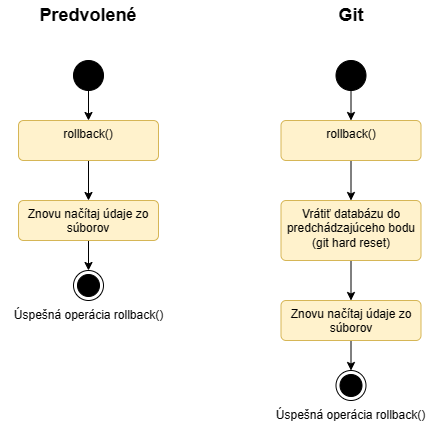
Earlier version of the draw.io export JFSQL-documentation/Images/Rollback.png (Zsolti0819/JFSQL). Source tidied: cells renumbered, new cells last; positions are measured from the earlier drawing's top-left corner, leaving out a move shared by most shapes. Its diagram source:
```xml
<mxGraphModel>
  <root>
    <mxCell id="0" />
    <mxCell id="1" parent="0" />
    <mxCell id="2" style="edgeStyle=orthogonalEdgeStyle;rounded=0;jettySize=auto;html=1;exitX=0.5;exitY=1;exitDx=0;exitDy=0;entryX=0.5;entryY=0;entryDx=0;entryDy=0;" parent="1" edge="1" source="3" target="5">
      <mxGeometry relative="1" as="geometry" />
    </mxCell>
    <mxCell id="3" style="ellipse;fillColor=strokeColor;html=1;" parent="1" vertex="1">
      <mxGeometry x="72" y="60" width="30" height="30" as="geometry" />
    </mxCell>
    <mxCell id="4" style="edgeStyle=orthogonalEdgeStyle;rounded=0;jettySize=auto;html=1;exitX=0.5;exitY=1;exitDx=0;exitDy=0;entryX=0.5;entryY=0;entryDx=0;entryDy=0;" parent="1" edge="1" source="5" target="7">
      <mxGeometry relative="1" as="geometry" />
    </mxCell>
    <mxCell id="5" value="rollback()" style="html=1;align=center;verticalAlign=top;rounded=1;absoluteArcSize=1;arcSize=10;dashed=0;whiteSpace=wrap;fillColor=#fff2cc;strokeColor=#d6b656;" parent="1" vertex="1">
      <mxGeometry x="17" y="120" width="140" height="40" as="geometry" />
    </mxCell>
    <mxCell id="6" style="edgeStyle=orthogonalEdgeStyle;rounded=0;jettySize=auto;html=1;exitX=0.5;exitY=1;exitDx=0;exitDy=0;entryX=0.5;entryY=0;entryDx=0;entryDy=0;" parent="1" edge="1" source="7" target="8">
      <mxGeometry relative="1" as="geometry" />
    </mxCell>
    <mxCell id="7" value="Znovu načítaj údaje zo súborov" style="html=1;align=center;verticalAlign=top;rounded=1;absoluteArcSize=1;arcSize=10;dashed=0;whiteSpace=wrap;fillColor=#fff2cc;strokeColor=#d6b656;" parent="1" vertex="1">
      <mxGeometry x="17" y="200" width="140" height="40" as="geometry" />
    </mxCell>
    <mxCell id="8" style="ellipse;html=1;shape=endState;fillColor=strokeColor;" parent="1" vertex="1">
      <mxGeometry x="72" y="270" width="30" height="30" as="geometry" />
    </mxCell>
    <mxCell id="9" value="Úspešná operácia rollback()" style="text;html=1;strokeColor=none;fillColor=none;align=center;verticalAlign=middle;whiteSpace=wrap;rounded=0;" parent="1" vertex="1">
      <mxGeometry x="-0.5" y="300" width="175" height="30" as="geometry" />
    </mxCell>
    <mxCell id="10" style="edgeStyle=orthogonalEdgeStyle;rounded=0;jettySize=auto;html=1;exitX=0.5;exitY=1;exitDx=0;exitDy=0;entryX=0.5;entryY=0;entryDx=0;entryDy=0;" parent="1" edge="1" source="11" target="13">
      <mxGeometry relative="1" as="geometry" />
    </mxCell>
    <mxCell id="11" style="ellipse;fillColor=strokeColor;html=1;" parent="1" vertex="1">
      <mxGeometry x="334.5" y="60" width="30" height="30" as="geometry" />
    </mxCell>
    <mxCell id="12" style="edgeStyle=orthogonalEdgeStyle;rounded=0;jettySize=auto;html=1;exitX=0.5;exitY=1;exitDx=0;exitDy=0;entryX=0.5;entryY=0;entryDx=0;entryDy=0;" parent="1" edge="1" source="13" target="19">
      <mxGeometry relative="1" as="geometry" />
    </mxCell>
    <mxCell id="13" value="rollback()" style="html=1;align=center;verticalAlign=top;rounded=1;absoluteArcSize=1;arcSize=10;dashed=0;whiteSpace=wrap;fillColor=#fff2cc;strokeColor=#d6b656;" parent="1" vertex="1">
      <mxGeometry x="279.5" y="120" width="140" height="40" as="geometry" />
    </mxCell>
    <mxCell id="14" style="edgeStyle=orthogonalEdgeStyle;rounded=0;jettySize=auto;html=1;exitX=0.5;exitY=1;exitDx=0;exitDy=0;entryX=0.5;entryY=0;entryDx=0;entryDy=0;" parent="1" edge="1" source="15" target="16">
      <mxGeometry relative="1" as="geometry" />
    </mxCell>
    <mxCell id="15" value="Znovu načítaj údaje zo súborov" style="html=1;align=center;verticalAlign=top;rounded=1;absoluteArcSize=1;arcSize=10;dashed=0;whiteSpace=wrap;fillColor=#fff2cc;strokeColor=#d6b656;" parent="1" vertex="1">
      <mxGeometry x="279.5" y="300" width="140" height="40" as="geometry" />
    </mxCell>
    <mxCell id="16" style="ellipse;html=1;shape=endState;fillColor=strokeColor;" parent="1" vertex="1">
      <mxGeometry x="334.5" y="370" width="30" height="30" as="geometry" />
    </mxCell>
    <mxCell id="17" value="Úspešná operácia rollback()" style="text;html=1;strokeColor=none;fillColor=none;align=center;verticalAlign=middle;whiteSpace=wrap;rounded=0;" parent="1" vertex="1">
      <mxGeometry x="262" y="400" width="175" height="30" as="geometry" />
    </mxCell>
    <mxCell id="18" style="edgeStyle=orthogonalEdgeStyle;rounded=0;jettySize=auto;html=1;exitX=0.5;exitY=1;exitDx=0;exitDy=0;entryX=0.5;entryY=0;entryDx=0;entryDy=0;" parent="1" edge="1" source="19" target="15">
      <mxGeometry relative="1" as="geometry" />
    </mxCell>
    <mxCell id="19" value="Vrátiť databázu do predchádzajúceho bodu (git hard reset)" style="html=1;align=center;verticalAlign=top;rounded=1;absoluteArcSize=1;arcSize=10;dashed=0;whiteSpace=wrap;fillColor=#fff2cc;strokeColor=#d6b656;" parent="1" vertex="1">
      <mxGeometry x="279.5" y="200" width="140" height="60" as="geometry" />
    </mxCell>
    <mxCell id="20" value="Predvolené" style="text;html=1;strokeColor=none;fillColor=none;align=center;verticalAlign=middle;whiteSpace=wrap;rounded=0;fontSize=18;fontStyle=1;" parent="1" vertex="1">
      <mxGeometry x="57" width="60" height="30" as="geometry" />
    </mxCell>
    <mxCell id="21" value="Git" style="text;html=1;strokeColor=none;fillColor=none;align=center;verticalAlign=middle;whiteSpace=wrap;rounded=0;fontSize=18;fontStyle=1;" parent="1" vertex="1">
      <mxGeometry x="320" width="60" height="30" as="geometry" />
    </mxCell>
  </root>
</mxGraphModel>
```
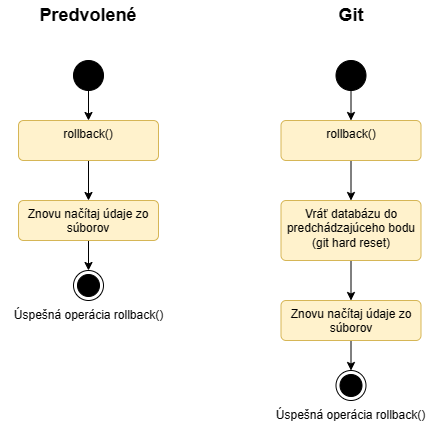
Later version of the same file.

The edit, as a diff of the source:
```diff
@@ -53,7 +53,7 @@
     <mxCell id="18" style="edgeStyle=orthogonalEdgeStyle;rounded=0;jettySize=auto;html=1;exitX=0.5;exitY=1;exitDx=0;exitDy=0;entryX=0.5;entryY=0;entryDx=0;entryDy=0;" parent="1" edge="1" source="19" target="15">
       <mxGeometry relative="1" as="geometry" />
     </mxCell>
-    <mxCell id="19" value="Vrátiť databázu do predchádzajúceho bodu (git hard reset)" style="html=1;align=center;verticalAlign=top;rounded=1;absoluteArcSize=1;arcSize=10;dashed=0;whiteSpace=wrap;fillColor=#fff2cc;strokeColor=#d6b656;" parent="1" vertex="1">
+    <mxCell id="19" value="Vráť databázu do predchádzajúceho bodu (git hard reset)" style="html=1;align=center;verticalAlign=top;rounded=1;absoluteArcSize=1;arcSize=10;dashed=0;whiteSpace=wrap;fillColor=#fff2cc;strokeColor=#d6b656;" parent="1" vertex="1">
       <mxGeometry x="279.5" y="200" width="140" height="60" as="geometry" />
     </mxCell>
     <mxCell id="20" value="Predvolené" style="text;html=1;strokeColor=none;fillColor=none;align=center;verticalAlign=middle;whiteSpace=wrap;rounded=0;fontSize=18;fontStyle=1;" parent="1" vertex="1">
```
